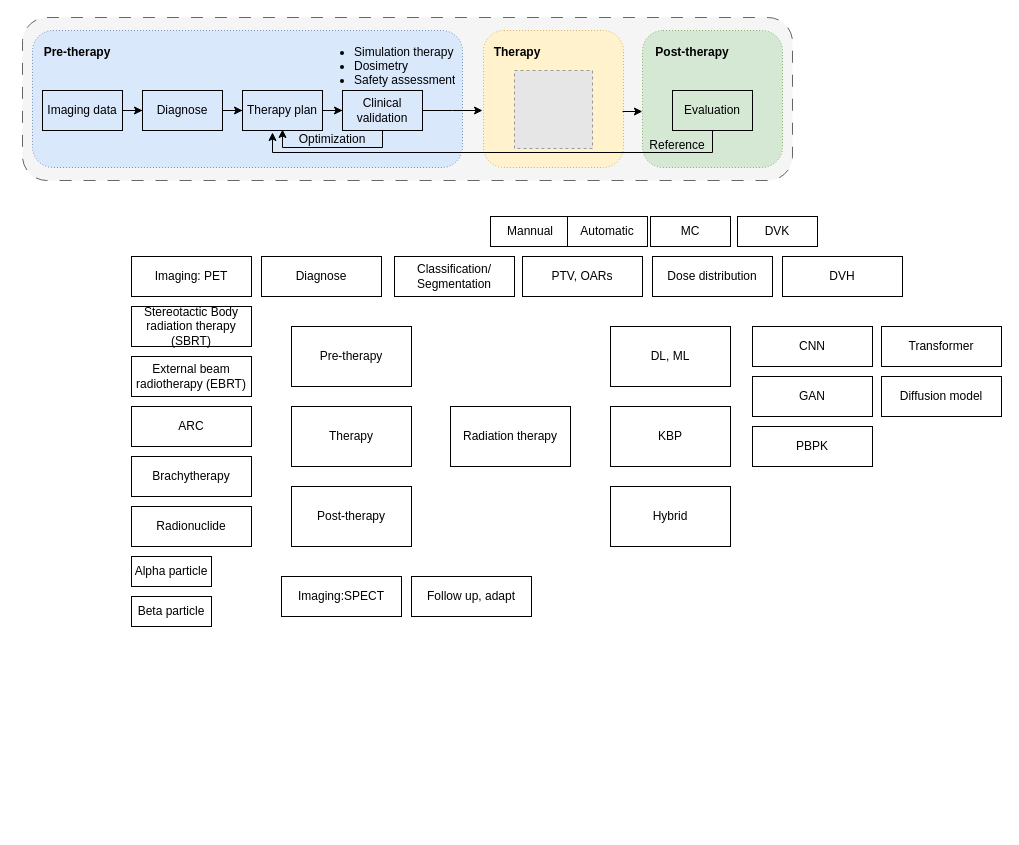
Before: page "radiation therapy" (4 of 5) of Fig_CS/source-file/work_treatment.drawio in jizhang02/Figure-Factory, a draw.io diagram. Source tidied: cells renumbered, new cells numbered last; positions are measured from the earlier drawing's top-left corner, leaving out a move shared by most shapes. Both pictures are drawn from the tidied source at 100%, with x=0, y=0 at pixel (22, 17). Pictures stored in the file or linked from it are replaced by grey dashed boxes.
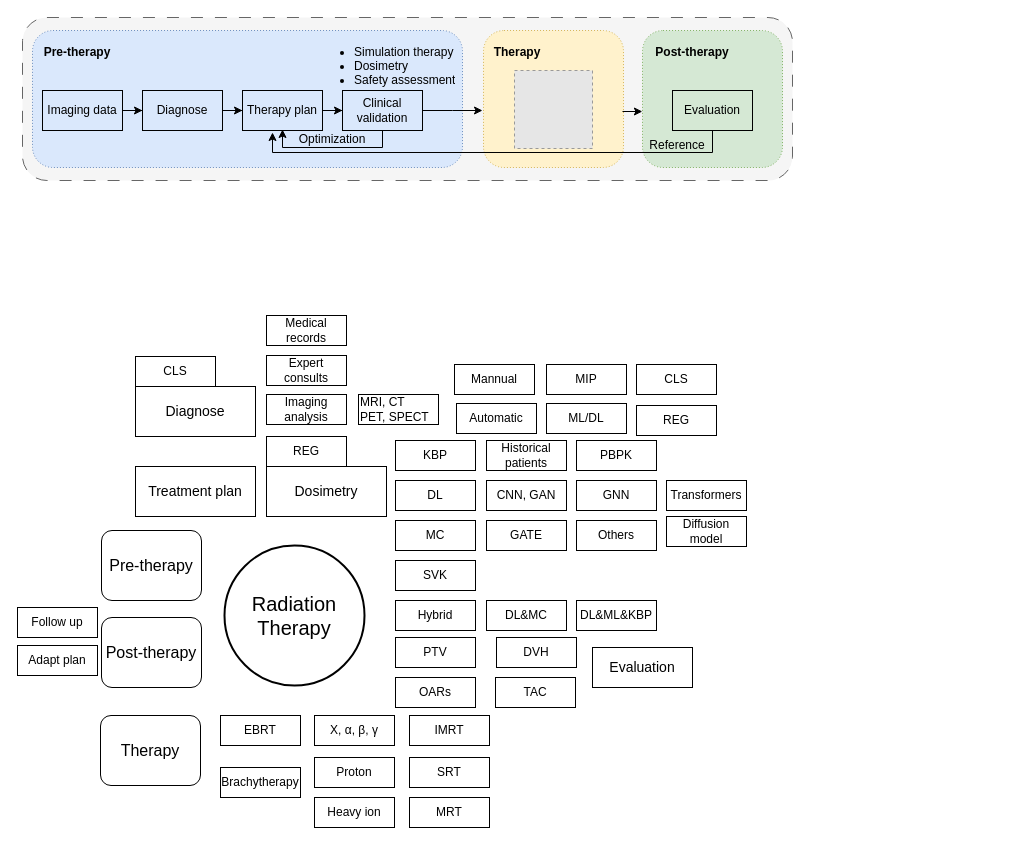
After the change.

What changed in the source:
```diff
@@
-    <mxCell id="25" value="Radiation therapy" style="rounded=0;whiteSpace=wrap;html=1;" parent="1" vertex="1">
-      <mxGeometry x="428" y="389" width="120" height="60" as="geometry" />
-    </mxCell>
-    <mxCell id="26" value="DL, ML" style="rounded=0;whiteSpace=wrap;html=1;" parent="1" vertex="1">
-      <mxGeometry x="588" y="309" width="120" height="60" as="geometry" />
-    </mxCell>
-    <mxCell id="27" value="KBP" style="rounded=0;whiteSpace=wrap;html=1;" parent="1" vertex="1">
-      <mxGeometry x="588" y="389" width="120" height="60" as="geometry" />
-    </mxCell>
-    <mxCell id="28" value="Hybrid" style="rounded=0;whiteSpace=wrap;html=1;" parent="1" vertex="1">
-      <mxGeometry x="588" y="469" width="120" height="60" as="geometry" />
-    </mxCell>
-    <mxCell id="29" value="Pre-therapy" style="rounded=0;whiteSpace=wrap;html=1;" parent="1" vertex="1">
-      <mxGeometry x="269" y="309" width="120" height="60" as="geometry" />
+    <mxCell id="29" value="Pre-therapy" style="rounded=1;whiteSpace=wrap;html=1;fontSize=16;" parent="1" vertex="1">
+      <mxGeometry x="79" y="513" width="100" height="70" as="geometry" />
     </mxCell>
-    <mxCell id="30" value="Therapy" style="rounded=0;whiteSpace=wrap;html=1;" parent="1" vertex="1">
-      <mxGeometry x="269" y="389" width="120" height="60" as="geometry" />
+    <mxCell id="30" value="Therapy" style="rounded=1;whiteSpace=wrap;html=1;fontSize=16;" parent="1" vertex="1">
+      <mxGeometry x="78" y="698" width="100" height="70" as="geometry" />
     </mxCell>
-    <mxCell id="31" value="Post-therapy" style="rounded=0;whiteSpace=wrap;html=1;" parent="1" vertex="1">
-      <mxGeometry x="269" y="469" width="120" height="60" as="geometry" />
+    <mxCell id="31" value="Post-therapy" style="rounded=1;whiteSpace=wrap;html=1;fontSize=16;" parent="1" vertex="1">
+      <mxGeometry x="79" y="600" width="100" height="70" as="geometry" />
     </mxCell>
-    <mxCell id="32" value="Dose distribution" style="rounded=0;whiteSpace=wrap;html=1;" parent="1" vertex="1">
-      <mxGeometry x="630" y="239" width="120" height="40" as="geometry" />
-    </mxCell>
-    <mxCell id="33" value="PTV, OARs" style="rounded=0;whiteSpace=wrap;html=1;" parent="1" vertex="1">
-      <mxGeometry x="500" y="239" width="120" height="40" as="geometry" />
-    </mxCell>
-    <mxCell id="34" value="ARC" style="rounded=0;whiteSpace=wrap;html=1;" parent="1" vertex="1">
-      <mxGeometry x="109" y="389" width="120" height="40" as="geometry" />
-    </mxCell>
-    <mxCell id="35" value="Brachytherapy" style="rounded=0;whiteSpace=wrap;html=1;" parent="1" vertex="1">
-      <mxGeometry x="109" y="439" width="120" height="40" as="geometry" />
-    </mxCell>
-    <mxCell id="36" value="Radionuclide" style="rounded=0;whiteSpace=wrap;html=1;" parent="1" vertex="1">
-      <mxGeometry x="109" y="489" width="120" height="40" as="geometry" />
-    </mxCell>
-    <mxCell id="37" value="Alpha particle" style="rounded=0;whiteSpace=wrap;html=1;" parent="1" vertex="1">
-      <mxGeometry x="109" y="539" width="80" height="30" as="geometry" />
-    </mxCell>
-    <mxCell id="38" value="Beta particle" style="rounded=0;whiteSpace=wrap;html=1;" parent="1" vertex="1">
-      <mxGeometry x="109" y="579" width="80" height="30" as="geometry" />
-    </mxCell>
-    <mxCell id="39" value="Follow up, adapt" style="rounded=0;whiteSpace=wrap;html=1;" parent="1" vertex="1">
-      <mxGeometry x="389" y="559" width="120" height="40" as="geometry" />
+    <mxCell id="39" value="Follow up" style="rounded=0;whiteSpace=wrap;html=1;" parent="1" vertex="1">
+      <mxGeometry x="-5" y="590" width="80" height="30" as="geometry" />
     </mxCell>
-    <mxCell id="40" value="Imaging: PET" style="rounded=0;whiteSpace=wrap;html=1;" parent="1" vertex="1">
-      <mxGeometry x="109" y="239" width="120" height="40" as="geometry" />
-    </mxCell>
-    <mxCell id="41" value="Diagnose" style="rounded=0;whiteSpace=wrap;html=1;" parent="1" vertex="1">
-      <mxGeometry x="239" y="239" width="120" height="40" as="geometry" />
-    </mxCell>
-    <mxCell id="42" value="Classification/&lt;br&gt;Segmentation" style="rounded=0;whiteSpace=wrap;html=1;" parent="1" vertex="1">
-      <mxGeometry x="372" y="239" width="120" height="40" as="geometry" />
-    </mxCell>
-    <mxCell id="43" value="DVH" style="rounded=0;whiteSpace=wrap;html=1;" parent="1" vertex="1">
-      <mxGeometry x="760" y="239" width="120" height="40" as="geometry" />
-    </mxCell>
-    <mxCell id="44" value="Imaging:SPECT" style="rounded=0;whiteSpace=wrap;html=1;" parent="1" vertex="1">
-      <mxGeometry x="259" y="559" width="120" height="40" as="geometry" />
-    </mxCell>
-    <mxCell id="45" value="CNN" style="rounded=0;whiteSpace=wrap;html=1;" parent="1" vertex="1">
-      <mxGeometry x="730" y="309" width="120" height="40" as="geometry" />
-    </mxCell>
-    <mxCell id="46" value="GAN" style="rounded=0;whiteSpace=wrap;html=1;" parent="1" vertex="1">
-      <mxGeometry x="730" y="359" width="120" height="40" as="geometry" />
-    </mxCell>
-    <mxCell id="47" value="Transformer" style="rounded=0;whiteSpace=wrap;html=1;" parent="1" vertex="1">
-      <mxGeometry x="859" y="309" width="120" height="40" as="geometry" />
-    </mxCell>
-    <mxCell id="48" value="Diffusion model" style="rounded=0;whiteSpace=wrap;html=1;" parent="1" vertex="1">
-      <mxGeometry x="859" y="359" width="120" height="40" as="geometry" />
-    </mxCell>
-    <mxCell id="49" value="PBPK" style="rounded=0;whiteSpace=wrap;html=1;" parent="1" vertex="1">
-      <mxGeometry x="730" y="409" width="120" height="40" as="geometry" />
-    </mxCell>
-    <mxCell id="50" value="MC" style="rounded=0;whiteSpace=wrap;html=1;" parent="1" vertex="1">
-      <mxGeometry x="628" y="199" width="80" height="30" as="geometry" />
-    </mxCell>
-    <mxCell id="51" value="DVK" style="rounded=0;whiteSpace=wrap;html=1;" parent="1" vertex="1">
-      <mxGeometry x="715" y="199" width="80" height="30" as="geometry" />
-    </mxCell>
     <mxCell id="52" value="Mannual" style="rounded=0;whiteSpace=wrap;html=1;" parent="1" vertex="1">
-      <mxGeometry x="468" y="199" width="80" height="30" as="geometry" />
+      <mxGeometry x="432" y="347" width="80" height="30" as="geometry" />
     </mxCell>
     <mxCell id="53" value="Automatic" style="rounded=0;whiteSpace=wrap;html=1;" parent="1" vertex="1">
-      <mxGeometry x="545" y="199" width="80" height="30" as="geometry" />
+      <mxGeometry x="434" y="386" width="80" height="30" as="geometry" />
     </mxCell>
-    <mxCell id="54" value="External beam radiotherapy (EBRT)" style="rounded=0;whiteSpace=wrap;html=1;" parent="1" vertex="1">
-      <mxGeometry x="109" y="339" width="120" height="40" as="geometry" />
-    </mxCell>
-    <mxCell id="55" value="Stereotactic Body radiation therapy (SBRT)" style="rounded=0;whiteSpace=wrap;html=1;" parent="1" vertex="1">
-      <mxGeometry x="109" y="289" width="120" height="40" as="geometry" />
-    </mxCell>
+    <mxCell id="56" value="Adapt plan" style="rounded=0;whiteSpace=wrap;html=1;" parent="1" vertex="1">
+      <mxGeometry x="-5" y="628" width="80" height="30" as="geometry" />
+    </mxCell>
+    <mxCell id="57" value="EBRT" style="rounded=0;whiteSpace=wrap;html=1;" parent="1" vertex="1">
+      <mxGeometry x="198" y="698" width="80" height="30" as="geometry" />
+    </mxCell>
+    <mxCell id="35" value="Brachytherapy" style="rounded=0;whiteSpace=wrap;html=1;" parent="1" vertex="1">
+      <mxGeometry x="198" y="750" width="80" height="30" as="geometry" />
+    </mxCell>
+    <mxCell id="58" value="X, α, β, γ" style="rounded=0;whiteSpace=wrap;html=1;" parent="1" vertex="1">
+      <mxGeometry x="292" y="698" width="80" height="30" as="geometry" />
+    </mxCell>
+    <mxCell id="59" value="Proton" style="rounded=0;whiteSpace=wrap;html=1;" parent="1" vertex="1">
+      <mxGeometry x="292" y="740" width="80" height="30" as="geometry" />
+    </mxCell>
+    <mxCell id="60" value="Heavy ion" style="rounded=0;whiteSpace=wrap;html=1;" parent="1" vertex="1">
+      <mxGeometry x="292" y="780" width="80" height="30" as="geometry" />
+    </mxCell>
+    <mxCell id="61" value="IMRT" style="rounded=0;whiteSpace=wrap;html=1;" parent="1" vertex="1">
+      <mxGeometry x="387" y="698" width="80" height="30" as="geometry" />
+    </mxCell>
+    <mxCell id="62" value="SRT" style="rounded=0;whiteSpace=wrap;html=1;" parent="1" vertex="1">
+      <mxGeometry x="387" y="740" width="80" height="30" as="geometry" />
+    </mxCell>
+    <mxCell id="63" value="MRT" style="rounded=0;whiteSpace=wrap;html=1;" parent="1" vertex="1">
+      <mxGeometry x="387" y="780" width="80" height="30" as="geometry" />
+    </mxCell>
+    <mxCell id="41" value="Diagnose" style="rounded=0;whiteSpace=wrap;html=1;fontSize=14;" parent="1" vertex="1">
+      <mxGeometry x="113" y="369" width="120" height="50" as="geometry" />
+    </mxCell>
+    <mxCell id="64" value="Treatment plan" style="rounded=0;whiteSpace=wrap;html=1;fontSize=14;" parent="1" vertex="1">
+      <mxGeometry x="113" y="449" width="120" height="50" as="geometry" />
+    </mxCell>
+    <mxCell id="65" value="Medical records" style="rounded=0;whiteSpace=wrap;html=1;" parent="1" vertex="1">
+      <mxGeometry x="244" y="298" width="80" height="30" as="geometry" />
+    </mxCell>
+    <mxCell id="66" value="Dosimetry" style="rounded=0;whiteSpace=wrap;html=1;fontSize=14;" parent="1" vertex="1">
+      <mxGeometry x="244" y="449" width="120" height="50" as="geometry" />
+    </mxCell>
+    <mxCell id="67" value="Expert consults" style="rounded=0;whiteSpace=wrap;html=1;" parent="1" vertex="1">
+      <mxGeometry x="244" y="338" width="80" height="30" as="geometry" />
+    </mxCell>
+    <mxCell id="68" value="Imaging analysis" style="rounded=0;whiteSpace=wrap;html=1;" parent="1" vertex="1">
+      <mxGeometry x="244" y="377" width="80" height="30" as="geometry" />
+    </mxCell>
+    <mxCell id="27" value="KBP" style="rounded=0;whiteSpace=wrap;html=1;" parent="1" vertex="1">
+      <mxGeometry x="373" y="423" width="80" height="30" as="geometry" />
+    </mxCell>
+    <mxCell id="69" value="DL" style="rounded=0;whiteSpace=wrap;html=1;" parent="1" vertex="1">
+      <mxGeometry x="373" y="463" width="80" height="30" as="geometry" />
+    </mxCell>
+    <mxCell id="50" value="MC" style="rounded=0;whiteSpace=wrap;html=1;" parent="1" vertex="1">
+      <mxGeometry x="373" y="503" width="80" height="30" as="geometry" />
+    </mxCell>
+    <mxCell id="70" value="SVK" style="rounded=0;whiteSpace=wrap;html=1;" parent="1" vertex="1">
+      <mxGeometry x="373" y="543" width="80" height="30" as="geometry" />
+    </mxCell>
+    <mxCell id="28" value="Hybrid" style="rounded=0;whiteSpace=wrap;html=1;" parent="1" vertex="1">
+      <mxGeometry x="373" y="583" width="80" height="30" as="geometry" />
+    </mxCell>
+    <mxCell id="71" value="Evaluation" style="rounded=0;whiteSpace=wrap;html=1;fontSize=14;" parent="1" vertex="1">
+      <mxGeometry x="570" y="630" width="100" height="40" as="geometry" />
+    </mxCell>
+    <mxCell id="72" value="PTV" style="rounded=0;whiteSpace=wrap;html=1;" parent="1" vertex="1">
+      <mxGeometry x="373" y="620" width="80" height="30" as="geometry" />
+    </mxCell>
+    <mxCell id="73" value="OARs" style="rounded=0;whiteSpace=wrap;html=1;" parent="1" vertex="1">
+      <mxGeometry x="373" y="660" width="80" height="30" as="geometry" />
+    </mxCell>
+    <mxCell id="43" value="DVH" style="rounded=0;whiteSpace=wrap;html=1;" parent="1" vertex="1">
+      <mxGeometry x="474" y="620" width="80" height="30" as="geometry" />
+    </mxCell>
+    <mxCell id="74" value="TAC" style="rounded=0;whiteSpace=wrap;html=1;" parent="1" vertex="1">
+      <mxGeometry x="473" y="660" width="80" height="30" as="geometry" />
+    </mxCell>
+    <mxCell id="75" value="Historical patients" style="rounded=0;whiteSpace=wrap;html=1;" parent="1" vertex="1">
+      <mxGeometry x="464" y="423" width="80" height="30" as="geometry" />
+    </mxCell>
+    <mxCell id="76" value="CNN, GAN" style="rounded=0;whiteSpace=wrap;html=1;" parent="1" vertex="1">
+      <mxGeometry x="464" y="463" width="80" height="30" as="geometry" />
+    </mxCell>
+    <mxCell id="77" value="GNN" style="rounded=0;whiteSpace=wrap;html=1;" parent="1" vertex="1">
+      <mxGeometry x="554" y="463" width="80" height="30" as="geometry" />
+    </mxCell>
+    <mxCell id="78" value="Transformers" style="rounded=0;whiteSpace=wrap;html=1;" parent="1" vertex="1">
+      <mxGeometry x="644" y="463" width="80" height="30" as="geometry" />
+    </mxCell>
+    <mxCell id="48" value="Diffusion model" style="rounded=0;whiteSpace=wrap;html=1;" parent="1" vertex="1">
+      <mxGeometry x="644" y="499" width="80" height="30" as="geometry" />
+    </mxCell>
+    <mxCell id="79" value="GATE" style="rounded=0;whiteSpace=wrap;html=1;" parent="1" vertex="1">
+      <mxGeometry x="464" y="503" width="80" height="30" as="geometry" />
+    </mxCell>
+    <mxCell id="80" value="Others" style="rounded=0;whiteSpace=wrap;html=1;" parent="1" vertex="1">
+      <mxGeometry x="554" y="503" width="80" height="30" as="geometry" />
+    </mxCell>
+    <mxCell id="81" value="DL&amp;amp;MC" style="rounded=0;whiteSpace=wrap;html=1;" parent="1" vertex="1">
+      <mxGeometry x="464" y="583" width="80" height="30" as="geometry" />
+    </mxCell>
+    <mxCell id="49" value="PBPK" style="rounded=0;whiteSpace=wrap;html=1;" parent="1" vertex="1">
+      <mxGeometry x="554" y="423" width="80" height="30" as="geometry" />
+    </mxCell>
+    <mxCell id="82" value="DL&amp;amp;ML&amp;amp;KBP" style="rounded=0;whiteSpace=wrap;html=1;" parent="1" vertex="1">
+      <mxGeometry x="554" y="583" width="80" height="30" as="geometry" />
+    </mxCell>
+    <mxCell id="83" value="CLS" style="rounded=0;whiteSpace=wrap;html=1;" parent="1" vertex="1">
+      <mxGeometry x="614" y="347" width="80" height="30" as="geometry" />
+    </mxCell>
+    <mxCell id="84" value="REG" style="rounded=0;whiteSpace=wrap;html=1;" parent="1" vertex="1">
+      <mxGeometry x="614" y="388" width="80" height="30" as="geometry" />
+    </mxCell>
+    <mxCell id="85" value="MIP" style="rounded=0;whiteSpace=wrap;html=1;" parent="1" vertex="1">
+      <mxGeometry x="524" y="347" width="80" height="30" as="geometry" />
+    </mxCell>
+    <mxCell id="86" value="ML/DL" style="rounded=0;whiteSpace=wrap;html=1;" parent="1" vertex="1">
+      <mxGeometry x="524" y="386" width="80" height="30" as="geometry" />
+    </mxCell>
+    <mxCell id="87" value="CLS" style="rounded=0;whiteSpace=wrap;html=1;" parent="1" vertex="1">
+      <mxGeometry x="113" y="339" width="80" height="30" as="geometry" />
+    </mxCell>
+    <mxCell id="88" value="REG" style="rounded=0;whiteSpace=wrap;html=1;" parent="1" vertex="1">
+      <mxGeometry x="244" y="419" width="80" height="30" as="geometry" />
+    </mxCell>
+    <mxCell id="89" value="MRI, CT&lt;br&gt;PET, SPECT" style="rounded=0;whiteSpace=wrap;html=1;align=left;" parent="1" vertex="1">
+      <mxGeometry x="336" y="377" width="80" height="30" as="geometry" />
+    </mxCell>
+    <mxCell id="90" value="Radiation Therapy" style="ellipse;whiteSpace=wrap;html=1;fontSize=20;strokeWidth=2;" parent="1" vertex="1">
+      <mxGeometry x="202" y="528" width="140" height="140" as="geometry" />
+    </mxCell>
```
